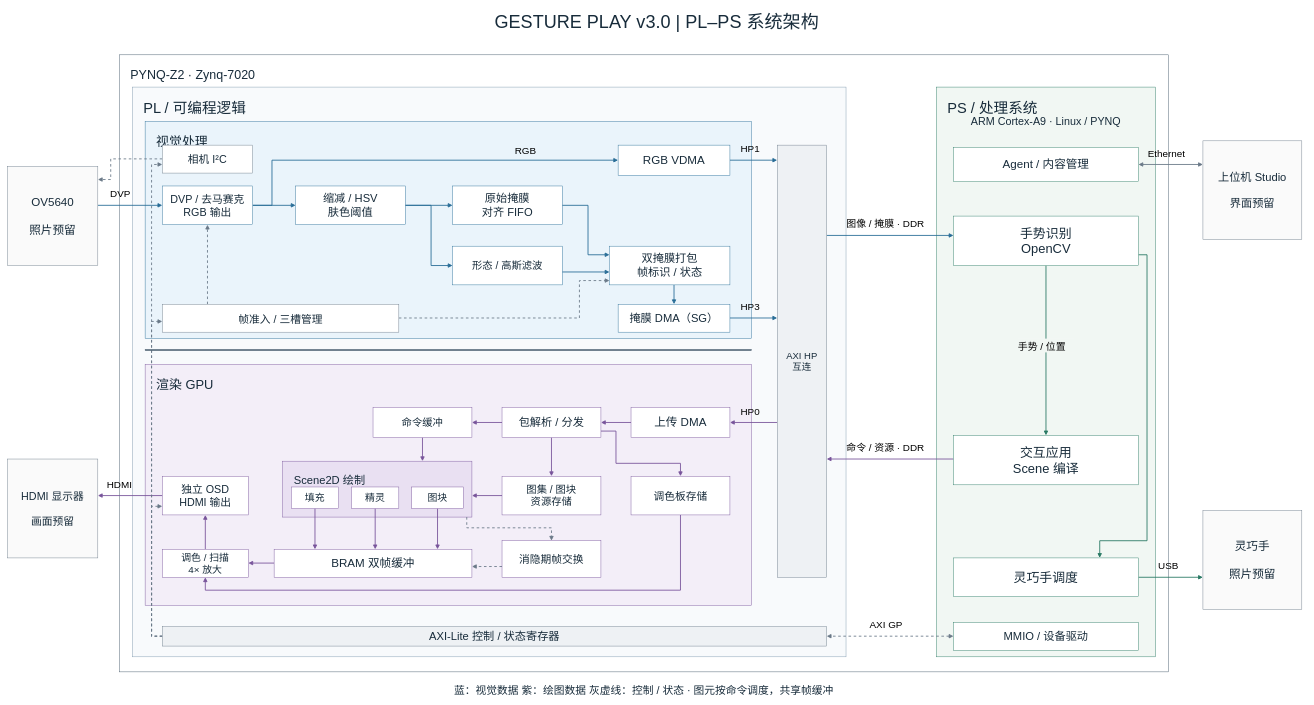
The draw.io diagram project/report/figures/pl_ps_v3/system.drawio in hyh2758832315/pynq-gesture-play, before the edit. Source tidied: cells renumbered, new cells numbered last; positions are measured from the earlier drawing's top-left corner, leaving out a move shared by most shapes. Both pictures are drawn from the tidied source at 43%, with x=0, y=0 at pixel (7, 7).
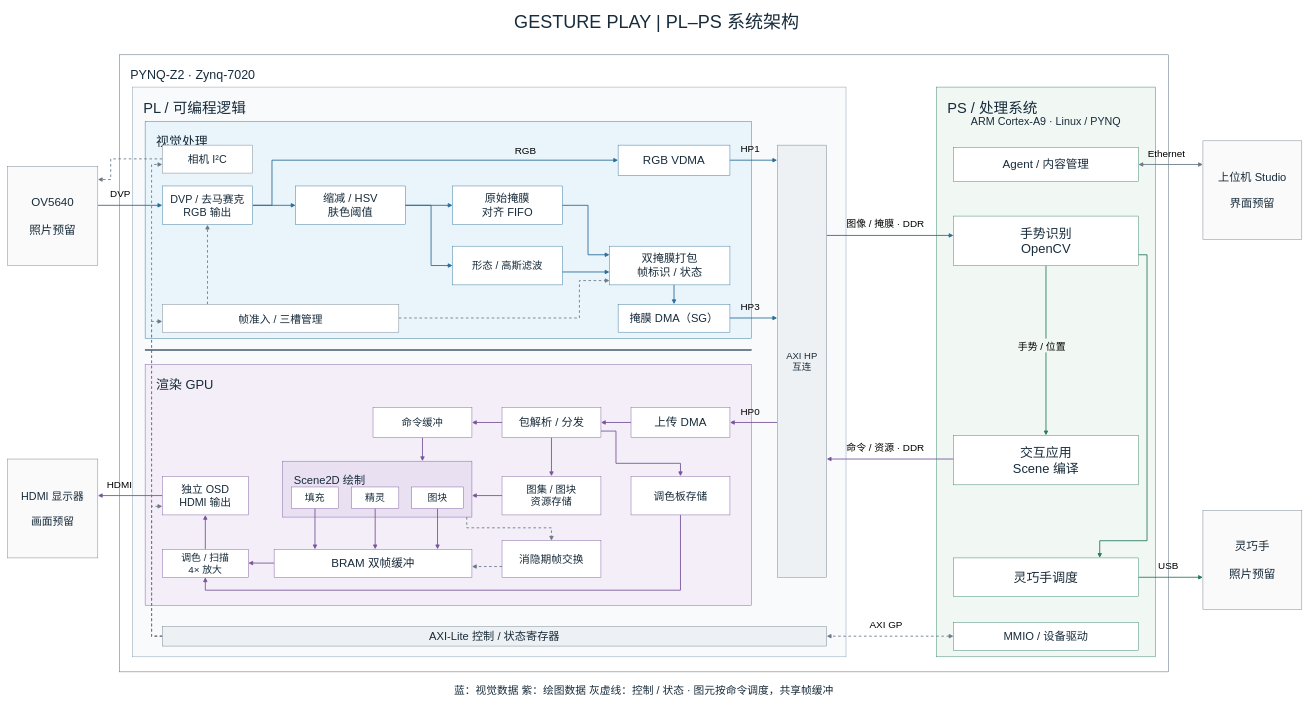
The same diagram, later.

What changed in the source:
```diff
@@
-    <mxCell id="47" value="GESTURE PLAY v3.0  |  PL–PS 系统架构" style="rounded=0;whiteSpace=wrap;html=0;fillColor=#ffffff;strokeColor=#697887;fontColor=#172b3a;fontFamily=Microsoft YaHei;fontSize=42;spacing=12;fillColor=none;strokeColor=none;" parent="1" vertex="1">
+    <mxCell id="47" value="GESTURE PLAY  |  PL–PS 系统架构" style="rounded=0;whiteSpace=wrap;html=0;fillColor=#ffffff;strokeColor=#697887;fontColor=#172b3a;fontFamily=Microsoft YaHei;fontSize=42;spacing=12;fillColor=none;strokeColor=none;" parent="1" vertex="1">
       <mxGeometry width="3020" height="65" as="geometry" />
     </mxCell>
```
